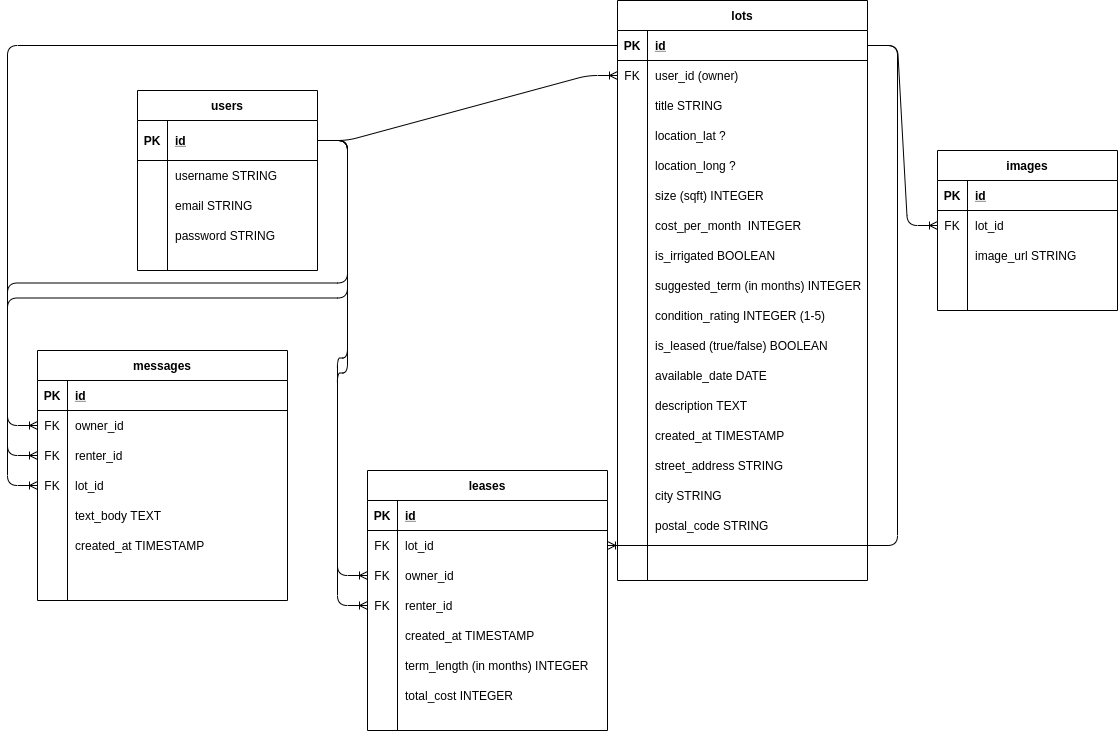
Earlier version of the draw.io export docs/final-erb.png (jyxgao/regeneroot). Source tidied: cells renumbered, new cells last; positions are measured from the earlier drawing's top-left corner, leaving out a move shared by most shapes.
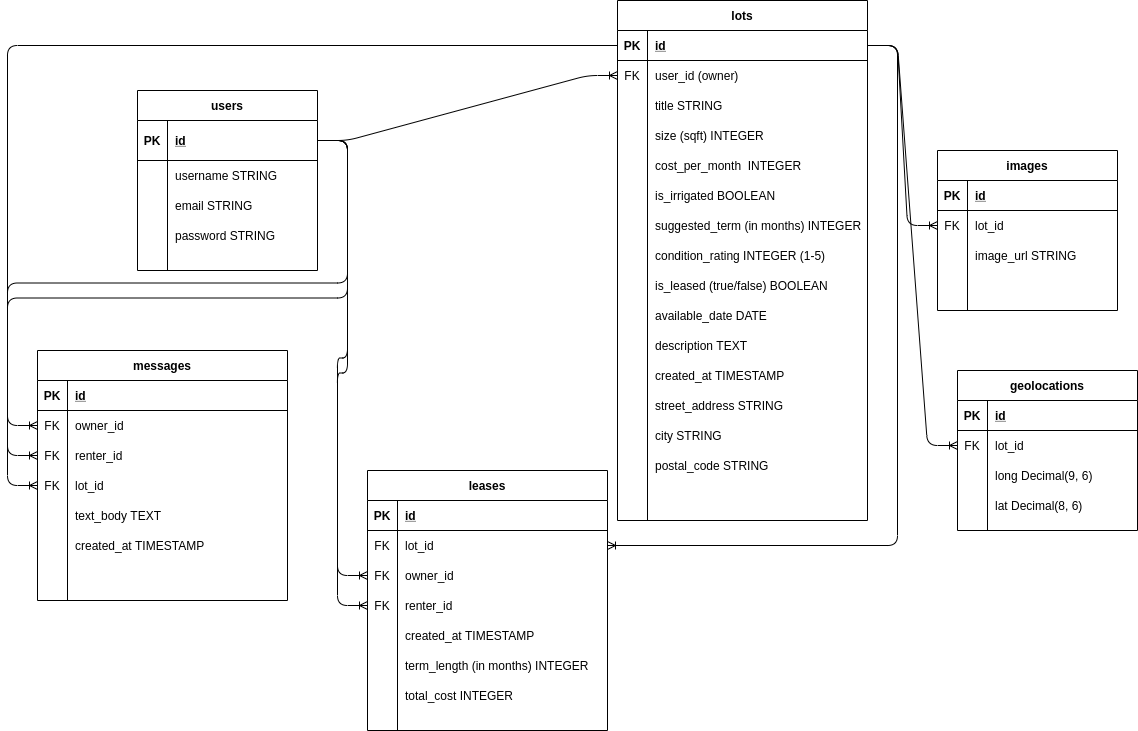
Above is the later version.

Diff of the diagram source:
```diff
@@ -18,7 +18,7 @@
       <mxGeometry relative="1" as="geometry" />
     </mxCell>
     <mxCell id="7" value="lots" style="shape=table;startSize=30;rowLines=0;fontStyle=1;align=center;" parent="1" vertex="1">
-      <mxGeometry x="580" width="250" height="580" as="geometry" />
+      <mxGeometry x="580" width="250" height="520" as="geometry" />
     </mxCell>
     <mxCell id="8" style="shape=partialRectangle;fillColor=none;points=[[0,0.5],[1,0.5]];portConstraint=eastwest;top=0;left=0;right=0;bottom=1;" parent="7" vertex="1">
       <mxGeometry y="30" width="250" height="30" as="geometry" />
@@ -47,26 +47,8 @@
     <mxCell id="16" value="title STRING" style="shape=partialRectangle;overflow=hidden;fillColor=none;top=0;left=0;bottom=0;right=0;align=left;spacingLeft=6;" parent="14" vertex="1">
       <mxGeometry x="30" width="220" height="30" as="geometry" />
     </mxCell>
-    <mxCell id="17" style="shape=partialRectangle;fillColor=none;top=0;left=0;right=0;bottom=0;" parent="7" vertex="1">
-      <mxGeometry y="120" width="250" height="30" as="geometry" />
-    </mxCell>
-    <mxCell id="18" style="shape=partialRectangle;overflow=hidden;fillColor=none;top=0;left=0;bottom=0;right=0;" parent="17" vertex="1">
-      <mxGeometry width="30" height="30" as="geometry" />
-    </mxCell>
-    <mxCell id="19" value="location_lat ?" style="shape=partialRectangle;overflow=hidden;fillColor=none;top=0;left=0;bottom=0;right=0;align=left;spacingLeft=6;" parent="17" vertex="1">
-      <mxGeometry x="30" width="220" height="30" as="geometry" />
-    </mxCell>
-    <mxCell id="20" style="shape=partialRectangle;fillColor=none;top=0;left=0;right=0;bottom=0;" parent="7" vertex="1">
-      <mxGeometry y="150" width="250" height="30" as="geometry" />
-    </mxCell>
-    <mxCell id="21" style="shape=partialRectangle;overflow=hidden;fillColor=none;top=0;left=0;bottom=0;right=0;" parent="20" vertex="1">
-      <mxGeometry width="30" height="30" as="geometry" />
-    </mxCell>
-    <mxCell id="22" value="location_long ?" style="shape=partialRectangle;overflow=hidden;fillColor=none;top=0;left=0;bottom=0;right=0;align=left;spacingLeft=6;" parent="20" vertex="1">
-      <mxGeometry x="30" width="220" height="30" as="geometry" />
-    </mxCell>
     <mxCell id="23" style="shape=partialRectangle;fillColor=none;top=0;left=0;right=0;bottom=0;" parent="7" vertex="1">
-      <mxGeometry y="180" width="250" height="30" as="geometry" />
+      <mxGeometry y="120" width="250" height="30" as="geometry" />
     </mxCell>
     <mxCell id="24" style="shape=partialRectangle;overflow=hidden;fillColor=none;top=0;left=0;bottom=0;right=0;" parent="23" vertex="1">
       <mxGeometry width="30" height="30" as="geometry" />
@@ -75,7 +57,7 @@
       <mxGeometry x="30" width="220" height="30" as="geometry" />
     </mxCell>
     <mxCell id="26" style="shape=partialRectangle;fillColor=none;top=0;left=0;right=0;bottom=0;" parent="7" vertex="1">
-      <mxGeometry y="210" width="250" height="30" as="geometry" />
+      <mxGeometry y="150" width="250" height="30" as="geometry" />
     </mxCell>
     <mxCell id="27" style="shape=partialRectangle;overflow=hidden;fillColor=none;top=0;left=0;bottom=0;right=0;" parent="26" vertex="1">
       <mxGeometry width="30" height="30" as="geometry" />
@@ -84,7 +66,7 @@
       <mxGeometry x="30" width="220" height="30" as="geometry" />
     </mxCell>
     <mxCell id="29" style="shape=partialRectangle;fillColor=none;top=0;left=0;right=0;bottom=0;" parent="7" vertex="1">
-      <mxGeometry y="240" width="250" height="30" as="geometry" />
+      <mxGeometry y="180" width="250" height="30" as="geometry" />
     </mxCell>
     <mxCell id="30" style="shape=partialRectangle;overflow=hidden;fillColor=none;top=0;left=0;bottom=0;right=0;" parent="29" vertex="1">
       <mxGeometry width="30" height="30" as="geometry" />
@@ -93,7 +75,7 @@
       <mxGeometry x="30" width="220" height="30" as="geometry" />
     </mxCell>
     <mxCell id="32" style="shape=partialRectangle;fillColor=none;top=0;left=0;right=0;bottom=0;" parent="7" vertex="1">
-      <mxGeometry y="270" width="250" height="30" as="geometry" />
+      <mxGeometry y="210" width="250" height="30" as="geometry" />
     </mxCell>
     <mxCell id="33" style="shape=partialRectangle;overflow=hidden;fillColor=none;top=0;left=0;bottom=0;right=0;" parent="32" vertex="1">
       <mxGeometry width="30" height="30" as="geometry" />
@@ -102,7 +84,7 @@
       <mxGeometry x="30" width="220" height="30" as="geometry" />
     </mxCell>
     <mxCell id="35" style="shape=partialRectangle;fillColor=none;top=0;left=0;right=0;bottom=0;" parent="7" vertex="1">
-      <mxGeometry y="300" width="250" height="30" as="geometry" />
+      <mxGeometry y="240" width="250" height="30" as="geometry" />
     </mxCell>
     <mxCell id="36" style="shape=partialRectangle;overflow=hidden;fillColor=none;top=0;left=0;bottom=0;right=0;" parent="35" vertex="1">
       <mxGeometry width="30" height="30" as="geometry" />
@@ -111,7 +93,7 @@
       <mxGeometry x="30" width="220" height="30" as="geometry" />
     </mxCell>
     <mxCell id="38" style="shape=partialRectangle;fillColor=none;top=0;left=0;right=0;bottom=0;" parent="7" vertex="1">
-      <mxGeometry y="330" width="250" height="30" as="geometry" />
+      <mxGeometry y="270" width="250" height="30" as="geometry" />
     </mxCell>
     <mxCell id="39" style="shape=partialRectangle;overflow=hidden;fillColor=none;top=0;left=0;bottom=0;right=0;" parent="38" vertex="1">
       <mxGeometry width="30" height="30" as="geometry" />
@@ -120,7 +102,7 @@
       <mxGeometry x="30" width="220" height="30" as="geometry" />
     </mxCell>
     <mxCell id="41" style="shape=partialRectangle;fillColor=none;top=0;left=0;right=0;bottom=0;" parent="7" vertex="1">
-      <mxGeometry y="360" width="250" height="30" as="geometry" />
+      <mxGeometry y="300" width="250" height="30" as="geometry" />
     </mxCell>
     <mxCell id="42" style="shape=partialRectangle;overflow=hidden;fillColor=none;top=0;left=0;bottom=0;right=0;" parent="41" vertex="1">
       <mxGeometry width="30" height="30" as="geometry" />
@@ -129,7 +111,7 @@
       <mxGeometry x="30" width="220" height="30" as="geometry" />
     </mxCell>
     <mxCell id="44" style="shape=partialRectangle;fillColor=none;top=0;left=0;right=0;bottom=0;" parent="7" vertex="1">
-      <mxGeometry y="390" width="250" height="30" as="geometry" />
+      <mxGeometry y="330" width="250" height="30" as="geometry" />
     </mxCell>
     <mxCell id="45" style="shape=partialRectangle;overflow=hidden;fillColor=none;top=0;left=0;bottom=0;right=0;" parent="44" vertex="1">
       <mxGeometry width="30" height="30" as="geometry" />
@@ -138,7 +120,7 @@
       <mxGeometry x="30" width="220" height="30" as="geometry" />
     </mxCell>
     <mxCell id="47" style="shape=partialRectangle;fillColor=none;top=0;left=0;right=0;bottom=0;" parent="7" vertex="1">
-      <mxGeometry y="420" width="250" height="30" as="geometry" />
+      <mxGeometry y="360" width="250" height="30" as="geometry" />
     </mxCell>
     <mxCell id="48" style="shape=partialRectangle;overflow=hidden;fillColor=none;top=0;left=0;bottom=0;right=0;" parent="47" vertex="1">
       <mxGeometry width="30" height="30" as="geometry" />
@@ -147,7 +129,7 @@
       <mxGeometry x="30" width="220" height="30" as="geometry" />
     </mxCell>
     <mxCell id="50" style="shape=partialRectangle;fillColor=none;top=0;left=0;right=0;bottom=0;" parent="7" vertex="1">
-      <mxGeometry y="450" width="250" height="30" as="geometry" />
+      <mxGeometry y="390" width="250" height="30" as="geometry" />
     </mxCell>
     <mxCell id="51" style="shape=partialRectangle;overflow=hidden;fillColor=none;top=0;left=0;bottom=0;right=0;" parent="50" vertex="1">
       <mxGeometry width="30" height="30" as="geometry" />
@@ -156,7 +138,7 @@
       <mxGeometry x="30" width="220" height="30" as="geometry" />
     </mxCell>
     <mxCell id="53" style="shape=partialRectangle;fillColor=none;top=0;left=0;right=0;bottom=0;" parent="7" vertex="1">
-      <mxGeometry y="480" width="250" height="30" as="geometry" />
+      <mxGeometry y="420" width="250" height="30" as="geometry" />
     </mxCell>
     <mxCell id="54" style="shape=partialRectangle;overflow=hidden;fillColor=none;top=0;left=0;bottom=0;right=0;" parent="53" vertex="1">
       <mxGeometry width="30" height="30" as="geometry" />
@@ -165,7 +147,7 @@
       <mxGeometry x="30" width="220" height="30" as="geometry" />
     </mxCell>
     <mxCell id="56" style="shape=partialRectangle;fillColor=none;top=0;left=0;right=0;bottom=0;" parent="7" vertex="1">
-      <mxGeometry y="510" width="250" height="30" as="geometry" />
+      <mxGeometry y="450" width="250" height="30" as="geometry" />
     </mxCell>
     <mxCell id="57" style="shape=partialRectangle;overflow=hidden;fillColor=none;top=0;left=0;bottom=0;right=0;" parent="56" vertex="1">
       <mxGeometry width="30" height="30" as="geometry" />
@@ -394,5 +376,47 @@
     <mxCell id="131" style="shape=partialRectangle;overflow=hidden;fillColor=none;top=0;left=0;bottom=0;right=0;align=left;spacingLeft=6;" parent="129" vertex="1">
       <mxGeometry x="30" width="220" height="30" as="geometry" />
     </mxCell>
+    <mxCell id="132" style="edgeStyle=entityRelationEdgeStyle;fontSize=12;html=1;endArrow=ERoneToMany;entryX=0;entryY=0.5;entryDx=0;entryDy=0;exitX=1;exitY=0.5;exitDx=0;exitDy=0;" parent="1" edge="1" source="8" target="137">
+      <mxGeometry relative="1" as="geometry" />
+    </mxCell>
+    <mxCell id="133" value="geolocations" style="shape=table;startSize=30;rowLines=0;fontStyle=1;align=center;" parent="1" vertex="1">
+      <mxGeometry x="920" y="370" width="180" height="160" as="geometry" />
+    </mxCell>
+    <mxCell id="134" style="shape=partialRectangle;fillColor=none;top=0;left=0;bottom=1;right=0;" parent="133" vertex="1">
+      <mxGeometry y="30" width="180" height="30" as="geometry" />
+    </mxCell>
+    <mxCell id="135" value="PK" style="shape=partialRectangle;fillColor=none;top=0;left=0;bottom=0;right=0;fontStyle=1;overflow=hidden;" parent="134" vertex="1">
+      <mxGeometry width="30" height="30" as="geometry" />
+    </mxCell>
+    <mxCell id="136" value="id" style="shape=partialRectangle;fillColor=none;top=0;left=0;bottom=0;right=0;align=left;spacingLeft=6;fontStyle=5;overflow=hidden;" parent="134" vertex="1">
+      <mxGeometry x="30" width="150" height="30" as="geometry" />
+    </mxCell>
+    <mxCell id="137" style="shape=partialRectangle;fillColor=none;top=0;left=0;bottom=0;right=0;points=[[0,0.5],[1,0.5]];portConstraint=eastwest;" parent="133" vertex="1">
+      <mxGeometry y="60" width="180" height="30" as="geometry" />
+    </mxCell>
+    <mxCell id="138" value="FK" style="shape=partialRectangle;fillColor=none;top=0;left=0;bottom=0;right=0;overflow=hidden;" parent="137" vertex="1">
+      <mxGeometry width="30" height="30" as="geometry" />
+    </mxCell>
+    <mxCell id="139" value="lot_id" style="shape=partialRectangle;fillColor=none;top=0;left=0;bottom=0;right=0;align=left;spacingLeft=6;overflow=hidden;" parent="137" vertex="1">
+      <mxGeometry x="30" width="150" height="30" as="geometry" />
+    </mxCell>
+    <mxCell id="140" style="shape=partialRectangle;fillColor=none;top=0;left=0;bottom=0;right=0;" parent="133" vertex="1">
+      <mxGeometry y="90" width="180" height="30" as="geometry" />
+    </mxCell>
+    <mxCell id="141" style="shape=partialRectangle;fillColor=none;top=0;left=0;bottom=0;right=0;overflow=hidden;" parent="140" vertex="1">
+      <mxGeometry width="30" height="30" as="geometry" />
+    </mxCell>
+    <mxCell id="142" value="long Decimal(9, 6)" style="shape=partialRectangle;fillColor=none;top=0;left=0;bottom=0;right=0;align=left;spacingLeft=6;overflow=hidden;" parent="140" vertex="1">
+      <mxGeometry x="30" width="150" height="30" as="geometry" />
+    </mxCell>
+    <mxCell id="143" style="shape=partialRectangle;fillColor=none;top=0;left=0;bottom=0;right=0;" parent="133" vertex="1">
+      <mxGeometry y="120" width="180" height="30" as="geometry" />
+    </mxCell>
+    <mxCell id="144" style="shape=partialRectangle;fillColor=none;top=0;left=0;bottom=0;right=0;overflow=hidden;" parent="143" vertex="1">
+      <mxGeometry width="30" height="30" as="geometry" />
+    </mxCell>
+    <mxCell id="145" value="lat Decimal(8, 6)" style="shape=partialRectangle;fillColor=none;top=0;left=0;bottom=0;right=0;align=left;spacingLeft=6;overflow=hidden;" parent="143" vertex="1">
+      <mxGeometry x="30" width="150" height="30" as="geometry" />
+    </mxCell>
   </root>
 </mxGraphModel>
```
